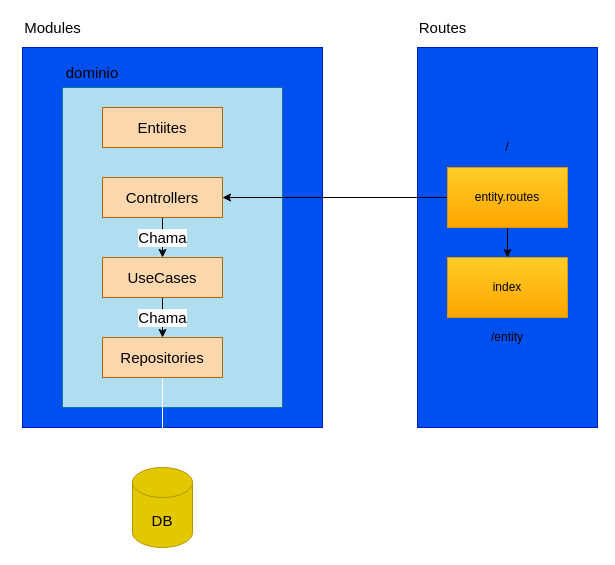
This is rentalx/docs/architecture.drawio from andersonsilva019/treinamento-node, a draw.io file, before an edit. Source tidied: cells renumbered, new cells numbered last; positions are measured from the earlier drawing's top-left corner, leaving out a move shared by most shapes. Both pictures are drawn from the tidied source at 100%, with x=0, y=0 at pixel (17, 17).
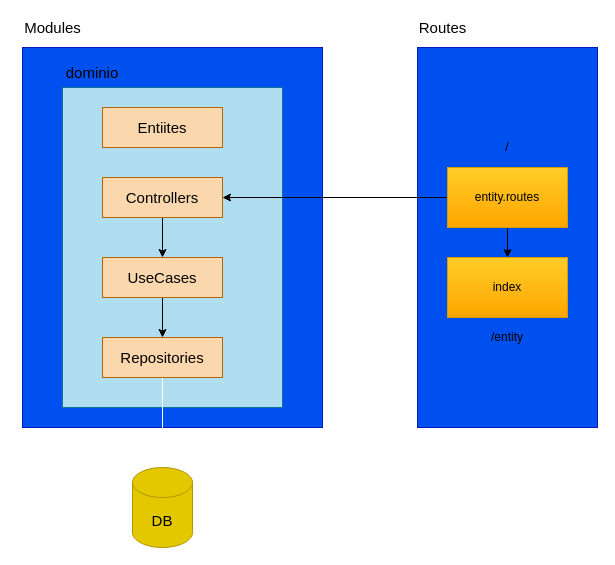
The same page after the edit.

The change refers to these unchanged cells:
```xml
<mxCell id="7" value="&lt;font color=&quot;#000000&quot;&gt;Repositories&lt;/font&gt;" style="rounded=0;whiteSpace=wrap;html=1;fontSize=15;fillColor=#fad7ac;strokeColor=#b46504;" parent="1" vertex="1">
  <mxGeometry x="85" y="320" width="120" height="40" as="geometry" />
</mxCell>
<mxCell id="9" value="&lt;font color=&quot;#000000&quot;&gt;UseCases&lt;/font&gt;" style="rounded=0;whiteSpace=wrap;html=1;fontSize=15;fillColor=#fad7ac;strokeColor=#b46504;" parent="1" vertex="1">
  <mxGeometry x="85" y="240" width="120" height="40" as="geometry" />
</mxCell>
<mxCell id="12" value="&lt;font color=&quot;#000000&quot;&gt;Controllers&lt;/font&gt;" style="rounded=0;whiteSpace=wrap;html=1;fontSize=15;fillColor=#fad7ac;strokeColor=#b46504;" parent="1" vertex="1">
  <mxGeometry x="85" y="160" width="120" height="40" as="geometry" />
</mxCell>
```

Diff of the diagram source:
```diff
@@
-    <mxCell id="8" value="Chama" style="edgeStyle=none;html=1;fontSize=15;strokeColor=#000000;" parent="1" edge="1" source="9" target="7">
+    <mxCell id="8" style="edgeStyle=none;html=1;fontSize=15;strokeColor=#000000;" parent="1" edge="1" source="9" target="7">
       <mxGeometry relative="1" as="geometry" />
     </mxCell>
@@
-    <mxCell id="11" value="Chama" style="edgeStyle=none;html=1;fontSize=15;strokeColor=#000000;" parent="1" edge="1" source="12" target="9">
+    <mxCell id="11" style="edgeStyle=none;html=1;fontSize=15;strokeColor=#000000;" parent="1" edge="1" source="12" target="9">
       <mxGeometry relative="1" as="geometry" />
     </mxCell>
```
